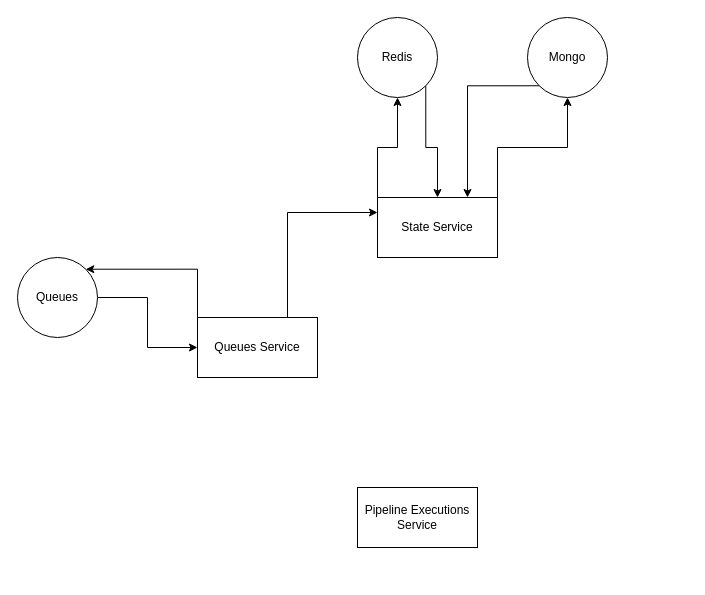
Above: Untitled Diagram.drawio in sielakos/bpmn-string (draw.io), before the change. Source tidied: cells renumbered, new cells numbered last; positions are measured from the earlier drawing's top-left corner, leaving out a move shared by most shapes. Both pictures are drawn from the tidied source at 100%, with x=0, y=0 at pixel (17, 17).
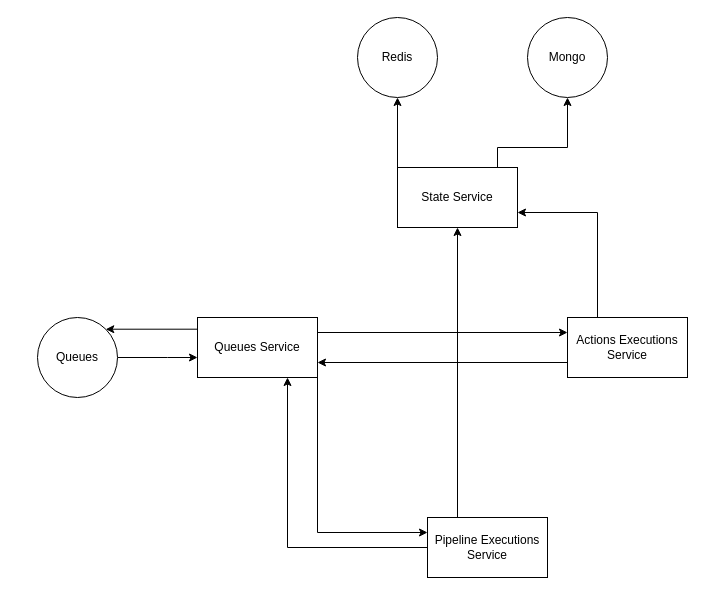
The same page after the edit.

The change refers to these unchanged cells:
```xml
<mxCell id="5" value="&lt;div&gt;Redis&lt;/div&gt;" style="ellipse;whiteSpace=wrap;html=1;" parent="1" vertex="1">
  <mxGeometry x="340" width="80" height="80" as="geometry" />
</mxCell>
<mxCell id="11" value="&lt;div&gt;Queues Service&lt;/div&gt;" style="rounded=0;whiteSpace=wrap;html=1;" parent="1" vertex="1">
  <mxGeometry x="180" y="300" width="120" height="60" as="geometry" />
</mxCell>
<mxCell id="14" value="&lt;div&gt;Mongo&lt;/div&gt;" style="ellipse;whiteSpace=wrap;html=1;" parent="1" vertex="1">
  <mxGeometry x="510" width="80" height="80" as="geometry" />
</mxCell>
```

The edit, as a diff of the source:
```diff
@@
     <mxCell id="2" style="edgeStyle=orthogonalEdgeStyle;rounded=0;jettySize=auto;html=1;exitX=1;exitY=0.5;exitDx=0;exitDy=0;" parent="1" edge="1" source="3" target="11">
-      <mxGeometry relative="1" as="geometry" />
+      <mxGeometry relative="1" as="geometry">
+        <Array as="points">
+          <mxPoint x="150" y="340" />
+          <mxPoint x="150" y="340" />
+        </Array>
+      </mxGeometry>
     </mxCell>
     <mxCell id="3" value="Queues" style="ellipse;whiteSpace=wrap;html=1;" parent="1" vertex="1">
-      <mxGeometry y="240" width="80" height="80" as="geometry" />
+      <mxGeometry x="20" y="300" width="80" height="80" as="geometry" />
     </mxCell>
-    <mxCell id="4" style="edgeStyle=orthogonalEdgeStyle;rounded=0;jettySize=auto;html=1;exitX=1;exitY=1;exitDx=0;exitDy=0;" parent="1" edge="1" source="5" target="8">
-      <mxGeometry relative="1" as="geometry" />
-    </mxCell>
@@
     <mxCell id="8" value="&lt;div&gt;State Service&lt;/div&gt;" style="rounded=0;whiteSpace=wrap;html=1;" parent="1" vertex="1">
-      <mxGeometry x="360" y="180" width="120" height="60" as="geometry" />
+      <mxGeometry x="380" y="150" width="120" height="60" as="geometry" />
     </mxCell>
     <mxCell id="9" style="edgeStyle=orthogonalEdgeStyle;rounded=0;jettySize=auto;html=1;exitX=0;exitY=0;exitDx=0;exitDy=0;entryX=1;entryY=0;entryDx=0;entryDy=0;" parent="1" edge="1" source="11" target="3">
-      <mxGeometry relative="1" as="geometry" />
+      <mxGeometry relative="1" as="geometry">
+        <Array as="points">
+          <mxPoint x="180" y="312" />
+        </Array>
+      </mxGeometry>
     </mxCell>
-    <mxCell id="10" style="edgeStyle=orthogonalEdgeStyle;rounded=0;jettySize=auto;html=1;exitX=0.75;exitY=0;exitDx=0;exitDy=0;entryX=0;entryY=0.25;entryDx=0;entryDy=0;" parent="1" edge="1" source="11" target="8">
-      <mxGeometry relative="1" as="geometry" />
-    </mxCell>
+    <mxCell id="15" style="edgeStyle=orthogonalEdgeStyle;rounded=0;jettySize=auto;html=1;exitX=1;exitY=1;exitDx=0;exitDy=0;entryX=0;entryY=0.25;entryDx=0;entryDy=0;" parent="1" edge="1" source="11" target="12">
+      <mxGeometry relative="1" as="geometry" />
+    </mxCell>
+    <mxCell id="16" style="edgeStyle=orthogonalEdgeStyle;rounded=0;jettySize=auto;html=1;exitX=1;exitY=0.25;exitDx=0;exitDy=0;entryX=0;entryY=0.25;entryDx=0;entryDy=0;" parent="1" edge="1" source="11" target="21">
+      <mxGeometry relative="1" as="geometry" />
+    </mxCell>
@@
+    <mxCell id="17" style="edgeStyle=orthogonalEdgeStyle;rounded=0;jettySize=auto;html=1;entryX=0.75;entryY=1;entryDx=0;entryDy=0;" parent="1" edge="1" source="12" target="11">
+      <mxGeometry relative="1" as="geometry" />
+    </mxCell>
+    <mxCell id="18" style="edgeStyle=orthogonalEdgeStyle;rounded=0;jettySize=auto;html=1;exitX=0.25;exitY=0;exitDx=0;exitDy=0;" parent="1" edge="1" source="12" target="8">
+      <mxGeometry relative="1" as="geometry" />
+    </mxCell>
     <mxCell id="12" value="&lt;div&gt;Pipeline Executions Service&lt;/div&gt;" style="rounded=0;whiteSpace=wrap;html=1;" parent="1" vertex="1">
-      <mxGeometry x="340" y="470" width="120" height="60" as="geometry" />
+      <mxGeometry x="410" y="500" width="120" height="60" as="geometry" />
     </mxCell>
-    <mxCell id="13" style="edgeStyle=orthogonalEdgeStyle;rounded=0;jettySize=auto;html=1;exitX=0;exitY=1;exitDx=0;exitDy=0;entryX=0.75;entryY=0;entryDx=0;entryDy=0;" parent="1" edge="1" source="14" target="8">
-      <mxGeometry relative="1" as="geometry" />
-    </mxCell>
@@
+    <mxCell id="19" style="edgeStyle=orthogonalEdgeStyle;rounded=0;jettySize=auto;html=1;exitX=0;exitY=0.75;exitDx=0;exitDy=0;entryX=1;entryY=0.75;entryDx=0;entryDy=0;" parent="1" edge="1" source="21" target="11">
+      <mxGeometry relative="1" as="geometry" />
+    </mxCell>
+    <mxCell id="20" style="edgeStyle=orthogonalEdgeStyle;rounded=0;jettySize=auto;html=1;exitX=0.25;exitY=0;exitDx=0;exitDy=0;entryX=1;entryY=0.75;entryDx=0;entryDy=0;" parent="1" edge="1" source="21" target="8">
+      <mxGeometry relative="1" as="geometry" />
+    </mxCell>
+    <mxCell id="21" value="&lt;div&gt;Actions Executions Service&lt;/div&gt;" style="rounded=0;whiteSpace=wrap;html=1;" parent="1" vertex="1">
+      <mxGeometry x="550" y="300" width="120" height="60" as="geometry" />
+    </mxCell>
```
